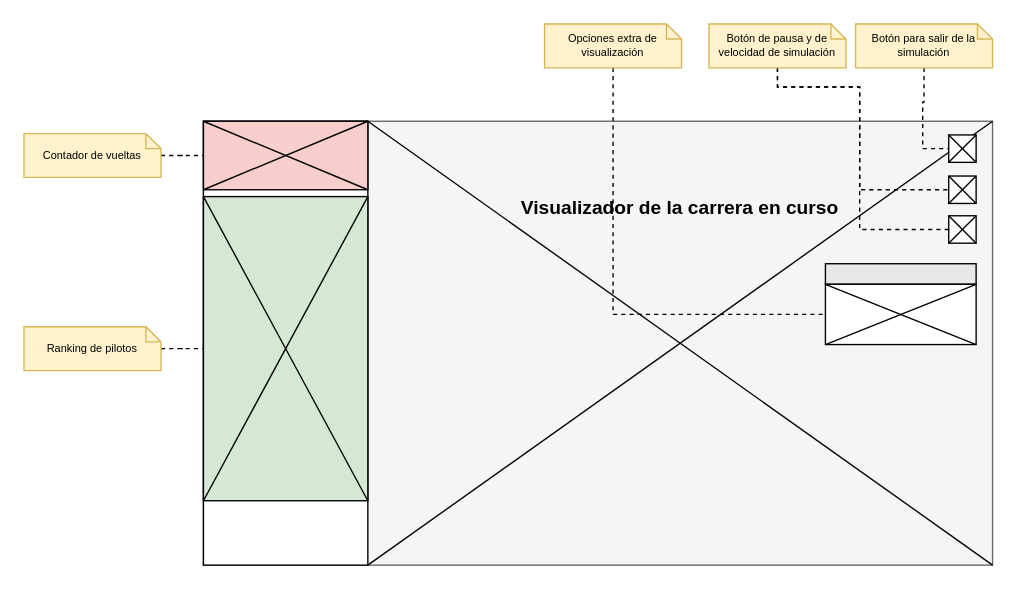
This is page "Proto-Position" (9 of 17) of diagramas/grafo-sistema.drawio from amt911/TFG-Documento, a draw.io file, before an edit. Source tidied: cells renumbered, new cells numbered last; positions are measured from the earlier drawing's top-left corner, leaving out a move shared by most shapes. Both pictures are drawn from the tidied source at 137%, with x=0, y=0 at pixel (23, 23).
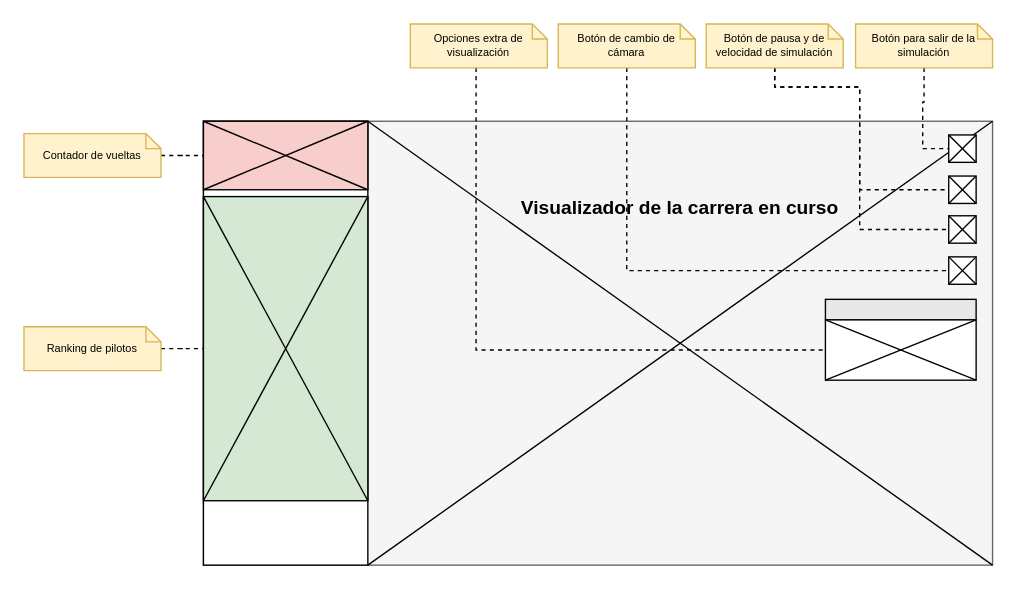
Above is the later version.

Diff of the diagram source:
```diff
@@
     <mxCell id="25" value="Botón de pausa y de velocidad de simulación" style="shape=note;size=11;whiteSpace=wrap;html=1;fillColor=#fff2cc;strokeColor=#d6b656;fontSize=8;" parent="1" vertex="1">
-      <mxGeometry x="500" width="100" height="32" as="geometry" />
+      <mxGeometry x="498" width="100" height="32" as="geometry" />
     </mxCell>
@@
     <mxCell id="31" value="&lt;font style=&quot;font-size: 8px;&quot;&gt;&lt;br&gt;&lt;/font&gt;" style="rounded=0;whiteSpace=wrap;html=1;strokeColor=default;fillColor=#E8E8E8;align=left;spacingLeft=18;spacingRight=0;spacing=0;spacingTop=0;spacingBottom=3;fontColor=#333333;" parent="1" vertex="1">
-      <mxGeometry x="585" y="175" width="110" height="15" as="geometry" />
+      <mxGeometry x="585" y="201" width="110" height="15" as="geometry" />
     </mxCell>
     <mxCell id="32" style="rounded=0;whiteSpace=wrap;html=1;" parent="1" vertex="1">
-      <mxGeometry x="585" y="190" width="110" height="44" as="geometry" />
+      <mxGeometry x="585" y="216" width="110" height="44" as="geometry" />
     </mxCell>
@@
-    <mxCell id="35" style="edgeStyle=orthogonalEdgeStyle;rounded=0;jettySize=auto;html=1;entryX=0;entryY=0.5;entryDx=0;entryDy=0;dashed=1;endArrow=none;endFill=0;" parent="1" edge="1" source="36" target="32">
-      <mxGeometry relative="1" as="geometry">
-        <Array as="points">
-          <mxPoint x="430" y="212" />
-        </Array>
-      </mxGeometry>
-    </mxCell>
+    <mxCell id="37" style="edgeStyle=orthogonalEdgeStyle;rounded=0;jettySize=auto;html=1;entryX=0;entryY=0.5;entryDx=0;entryDy=0;dashed=1;endArrow=none;endFill=0;" parent="1" edge="1" source="36" target="38">
+      <mxGeometry relative="1" as="geometry">
+        <Array as="points">
+          <mxPoint x="440" y="180" />
+        </Array>
+      </mxGeometry>
+    </mxCell>
-    <mxCell id="36" value="Opciones extra de visualización" style="shape=note;size=11;whiteSpace=wrap;html=1;fillColor=#fff2cc;strokeColor=#d6b656;fontSize=8;" parent="1" vertex="1">
-      <mxGeometry x="380" width="100" height="32" as="geometry" />
+    <mxCell id="36" value="Botón de cambio de cámara" style="shape=note;size=11;whiteSpace=wrap;html=1;fillColor=#fff2cc;strokeColor=#d6b656;fontSize=8;" parent="1" vertex="1">
+      <mxGeometry x="390" width="100" height="32" as="geometry" />
     </mxCell>
+    <mxCell id="38" style="rounded=0;whiteSpace=wrap;html=1;fontSize=10;" parent="1" vertex="1">
+      <mxGeometry x="675" y="170" width="20" height="20" as="geometry" />
+    </mxCell>
+    <mxCell id="39" style="endArrow=none;html=1;rounded=0;entryX=1;entryY=0;entryDx=0;entryDy=0;exitX=0;exitY=1;exitDx=0;exitDy=0;" parent="1" edge="1" source="38" target="38">
+      <mxGeometry relative="1" as="geometry" />
+    </mxCell>
+    <mxCell id="40" style="endArrow=none;html=1;rounded=0;entryX=1;entryY=1;entryDx=0;entryDy=0;exitX=0;exitY=0;exitDx=0;exitDy=0;" parent="1" edge="1" source="38" target="38">
+      <mxGeometry relative="1" as="geometry" />
+    </mxCell>
+    <mxCell id="41" style="edgeStyle=orthogonalEdgeStyle;rounded=0;jettySize=auto;html=1;entryX=0;entryY=0.5;entryDx=0;entryDy=0;endArrow=none;endFill=0;dashed=1;" parent="1" edge="1" source="42" target="32">
+      <mxGeometry relative="1" as="geometry">
+        <Array as="points">
+          <mxPoint x="330" y="238" />
+        </Array>
+      </mxGeometry>
+    </mxCell>
+    <mxCell id="42" value="Opciones extra de visualización" style="shape=note;size=11;whiteSpace=wrap;html=1;fillColor=#fff2cc;strokeColor=#d6b656;fontSize=8;" parent="1" vertex="1">
+      <mxGeometry x="282" width="100" height="32" as="geometry" />
+    </mxCell>
```
